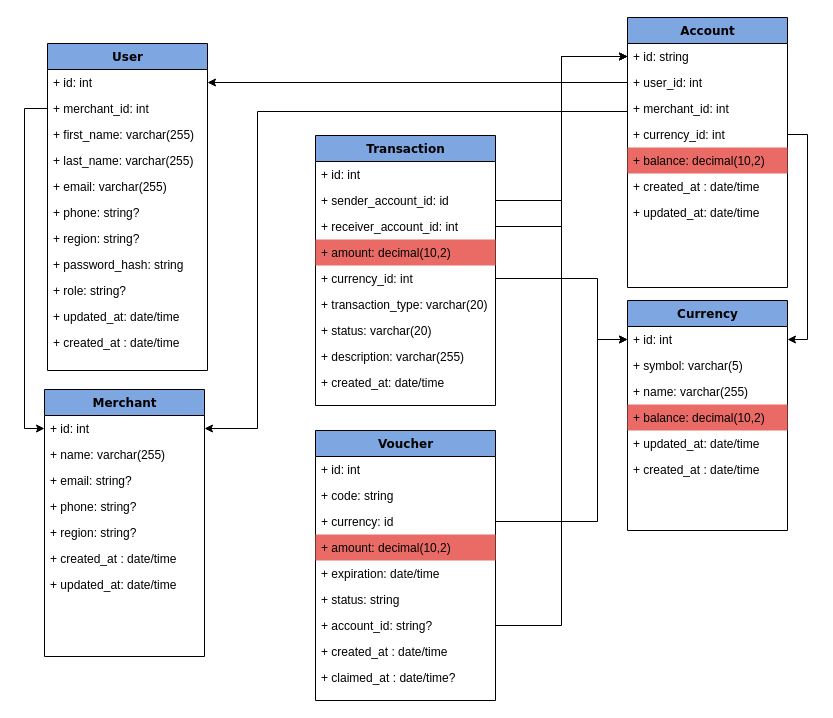
Before: docs/model3.drawio in jsomville/open-CES, a draw.io diagram. Source tidied: cells renumbered, new cells numbered last; positions are measured from the earlier drawing's top-left corner, leaving out a move shared by most shapes. Both pictures are drawn from the tidied source at 100%, with x=0, y=0 at pixel (44, 17).
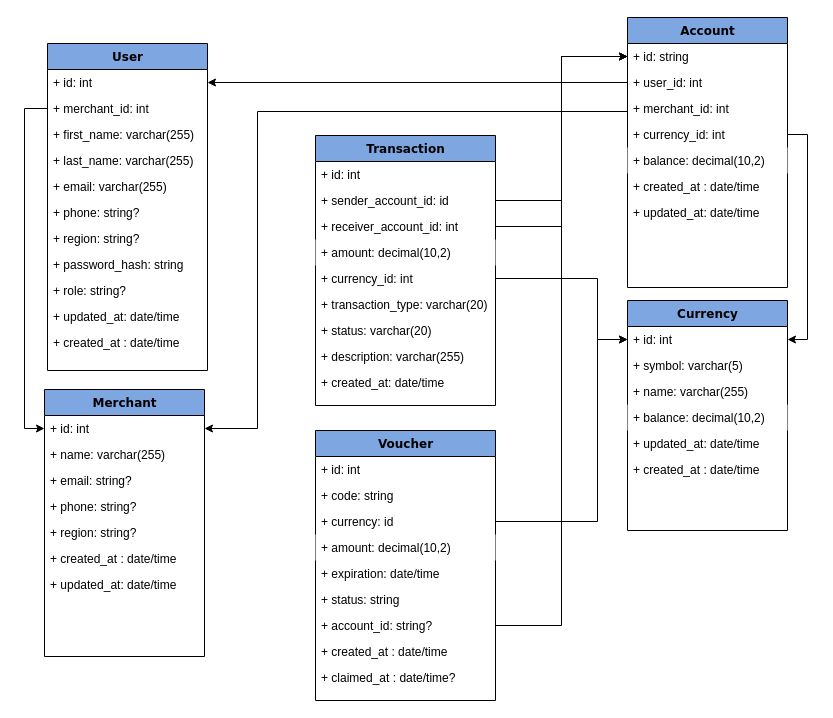
Above is the later version.

Unchanged cells that the change refers to:
```xml
<mxCell id="14" value="Currency" style="swimlane;html=1;fontStyle=1;align=center;verticalAlign=top;horizontal=1;startSize=26;swimlaneFillColor=#ffffff;rounded=0;shadow=0;comic=0;labelBackgroundColor=none;strokeWidth=1;fillColor=#7EA6E0;fontFamily=Verdana;fontSize=12;" parent="1" vertex="1">
  <mxGeometry x="583" y="283" width="160" height="230" as="geometry" />
</mxCell>
<mxCell id="21" value="Account" style="swimlane;html=1;fontStyle=1;align=center;verticalAlign=top;horizontal=1;startSize=26;swimlaneFillColor=#ffffff;rounded=0;shadow=0;comic=0;labelBackgroundColor=none;strokeWidth=1;fillColor=#7EA6E0;fontFamily=Verdana;fontSize=12;" parent="1" vertex="1">
  <mxGeometry x="583" width="160" height="270" as="geometry" />
</mxCell>
<mxCell id="29" value="Voucher" style="swimlane;html=1;fontStyle=1;align=center;verticalAlign=top;horizontal=1;startSize=26;swimlaneFillColor=#ffffff;rounded=0;shadow=0;comic=0;labelBackgroundColor=none;strokeWidth=1;fillColor=#7EA6E0;fontFamily=Verdana;fontSize=12;" parent="1" vertex="1">
  <mxGeometry x="271" y="413" width="180" height="270" as="geometry" />
</mxCell>
<mxCell id="39" value="Transaction" style="swimlane;html=1;fontStyle=1;align=center;verticalAlign=top;horizontal=1;startSize=26;swimlaneFillColor=#ffffff;rounded=0;shadow=0;comic=0;labelBackgroundColor=none;strokeWidth=1;fillColor=#7EA6E0;fontFamily=Verdana;fontSize=12;" parent="1" vertex="1">
  <mxGeometry x="271" y="118" width="180" height="270" as="geometry" />
</mxCell>
```

Change to the diagram source:
```diff
@@
-    <mxCell id="18" value="+ balance: decimal(10,2)" style="text;html=1;strokeColor=none;fillColor=#EA6B66;align=left;verticalAlign=top;spacingLeft=4;spacingRight=4;whiteSpace=wrap;overflow=hidden;" parent="14" vertex="1">
+    <mxCell id="18" value="+ balance: decimal(10,2)" style="text;html=1;strokeColor=none;fillColor=#FFFFFF;align=left;verticalAlign=top;spacingLeft=4;spacingRight=4;whiteSpace=wrap;overflow=hidden;" parent="14" vertex="1">
       <mxGeometry y="104" width="160" height="26" as="geometry" />
     </mxCell>
@@
-    <mxCell id="26" value="+ balance: decimal(10,2)" style="text;html=1;strokeColor=none;fillColor=#EA6B66;align=left;verticalAlign=top;spacingLeft=4;spacingRight=4;whiteSpace=wrap;overflow=hidden;" parent="21" vertex="1">
+    <mxCell id="26" value="+ balance: decimal(10,2)" style="text;html=1;strokeColor=none;fillColor=#FFFFFF;align=left;verticalAlign=top;spacingLeft=4;spacingRight=4;whiteSpace=wrap;overflow=hidden;" parent="21" vertex="1">
       <mxGeometry y="130" width="160" height="26" as="geometry" />
     </mxCell>
@@
-    <mxCell id="33" value="+ amount: decimal(10,2)" style="text;html=1;strokeColor=none;fillColor=#EA6B66;align=left;verticalAlign=top;spacingLeft=4;spacingRight=4;whiteSpace=wrap;overflow=hidden;" parent="29" vertex="1">
+    <mxCell id="33" value="+ amount: decimal(10,2)" style="text;html=1;strokeColor=none;fillColor=#FFFFFF;align=left;verticalAlign=top;spacingLeft=4;spacingRight=4;whiteSpace=wrap;overflow=hidden;" parent="29" vertex="1">
       <mxGeometry y="104" width="180" height="26" as="geometry" />
     </mxCell>
@@
-    <mxCell id="43" value="+ amount: decimal(10,2)" style="text;html=1;strokeColor=none;fillColor=#EA6B66;align=left;verticalAlign=top;spacingLeft=4;spacingRight=4;whiteSpace=wrap;overflow=hidden;" parent="39" vertex="1">
+    <mxCell id="43" value="+ amount: decimal(10,2)" style="text;html=1;strokeColor=none;fillColor=#FFFFFF;align=left;verticalAlign=top;spacingLeft=4;spacingRight=4;whiteSpace=wrap;overflow=hidden;" parent="39" vertex="1">
       <mxGeometry y="104" width="180" height="26" as="geometry" />
     </mxCell>
```
